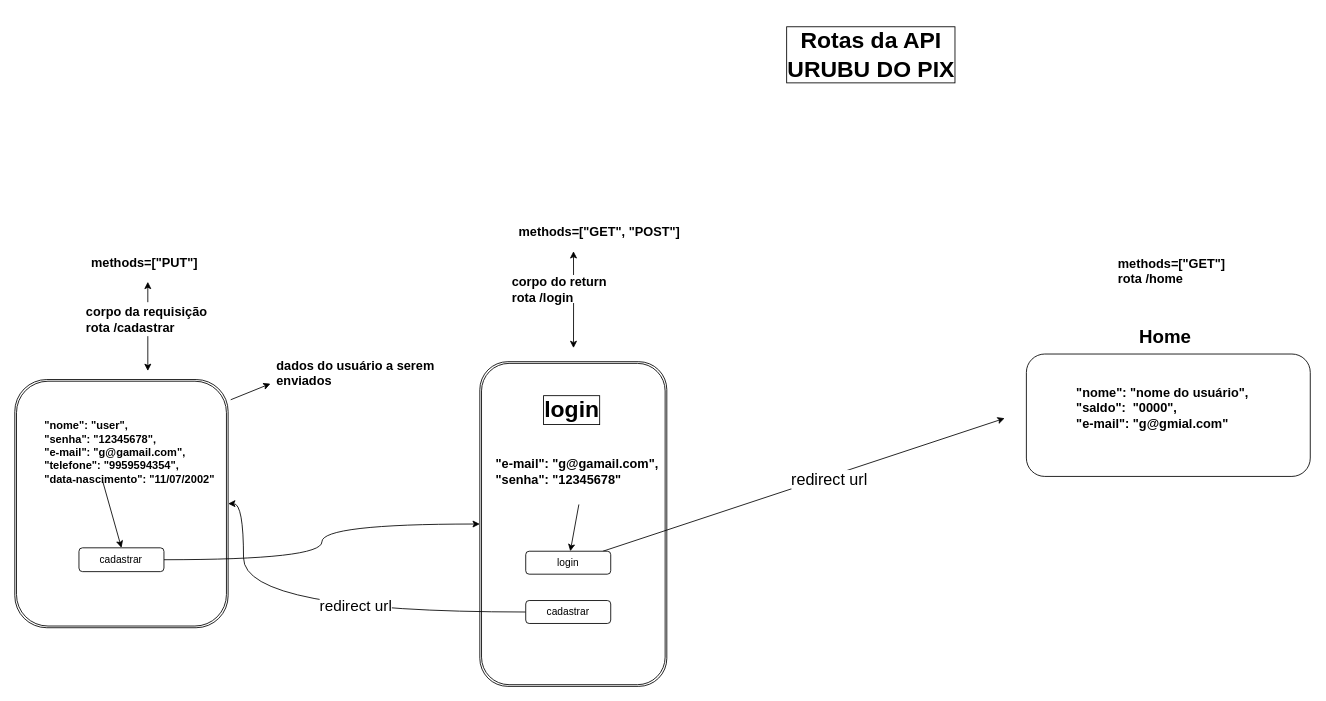
This is grafico.drawio from GabigolDEVPY/API_FLASK, a draw.io file, before an edit. Source tidied: cells renumbered, new cells numbered last; positions are measured from the earlier drawing's top-left corner, leaving out a move shared by most shapes. Both pictures are drawn from the tidied source at 85%, with x=0, y=0 at pixel (14, 14).
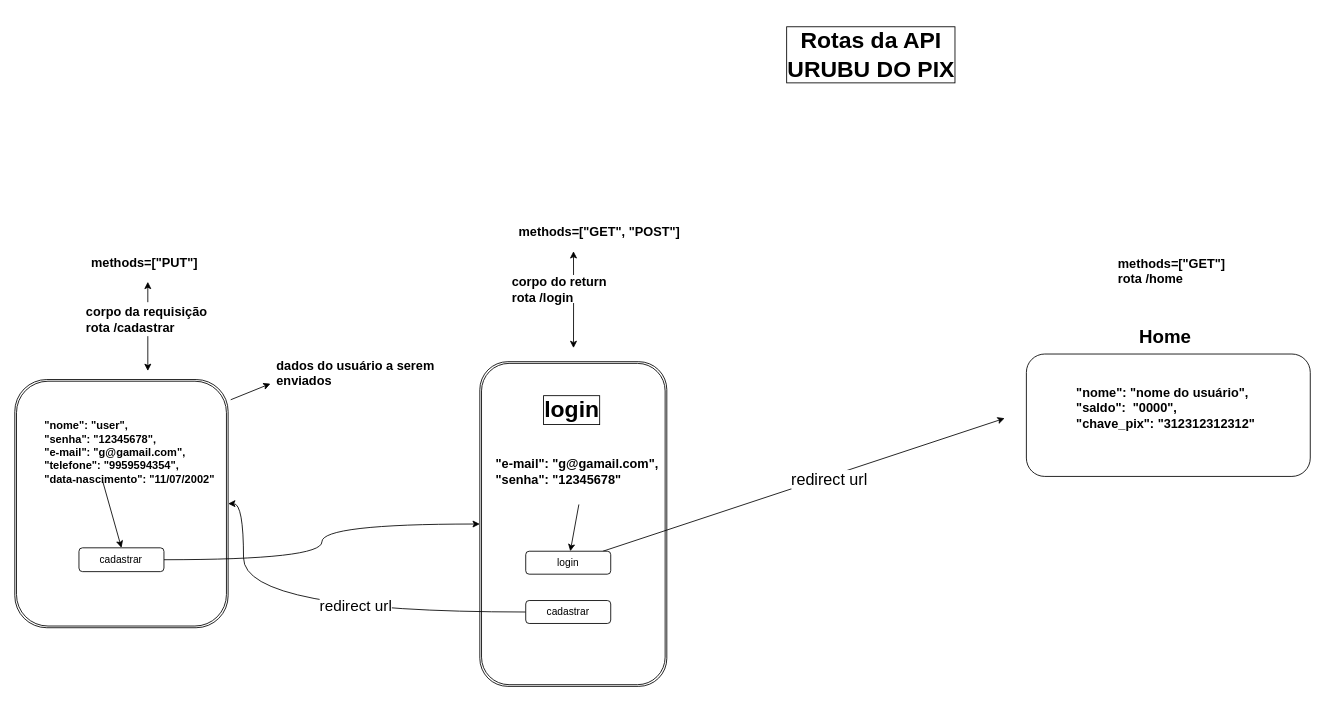
Above is the later version.

The edit, as a diff of the source:
```diff
@@
-    <mxCell id="29" value="&lt;div&gt;&quot;nome&quot;: &quot;nome do usuário&quot;,&lt;/div&gt;&lt;div&gt;&quot;saldo&quot;:&amp;nbsp; &quot;0000&quot;,&lt;/div&gt;&lt;div&gt;&quot;e-mail&quot;: &quot;g@gmial.com&quot;&lt;/div&gt;&lt;div&gt;&lt;br&gt;&lt;/div&gt;" style="text;strokeColor=none;fillColor=none;html=1;fontSize=15;fontStyle=1;verticalAlign=middle;align=left;" parent="1" vertex="1">
+    <mxCell id="29" value="&lt;div&gt;&quot;nome&quot;: &quot;nome do usuário&quot;,&lt;/div&gt;&lt;div&gt;&quot;saldo&quot;:&amp;nbsp; &quot;0000&quot;,&lt;/div&gt;&lt;div&gt;&quot;chave_pix&quot;: &quot;312312312312&quot;&lt;/div&gt;&lt;div&gt;&lt;br&gt;&lt;/div&gt;" style="text;strokeColor=none;fillColor=none;html=1;fontSize=15;fontStyle=1;verticalAlign=middle;align=left;" parent="1" vertex="1">
       <mxGeometry x="1247" y="361" width="210" height="220" as="geometry" />
     </mxCell>
```
